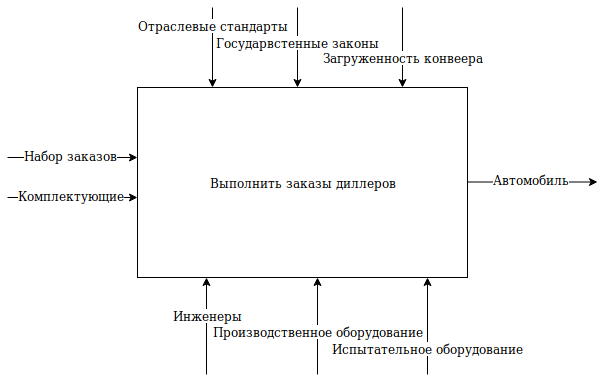
Above: diagrams/idef0_0.png in akhoroshev/se-architecture-course (draw.io), before the change. Source tidied: cells renumbered, new cells last; positions are measured from the earlier drawing's top-left corner, leaving out a move shared by most shapes.
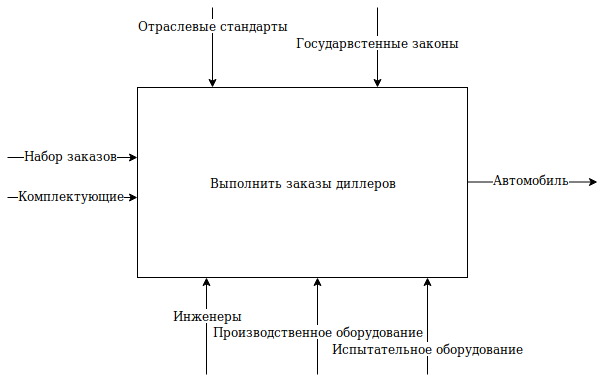
The same diagram one commit later.

What changed in the source:
```diff
@@ -40,8 +40,8 @@
     </mxCell>
     <mxCell id="9" style="endArrow=classic;html=1;" parent="1" edge="1">
       <mxGeometry relative="1" as="geometry">
-        <mxPoint x="290" as="sourcePoint" />
-        <mxPoint x="290" y="80" as="targetPoint" />
+        <mxPoint x="370" as="sourcePoint" />
+        <mxPoint x="370" y="80" as="targetPoint" />
       </mxGeometry>
     </mxCell>
     <mxCell id="10" value="Государвстенные законы" style="text;html=1;align=center;verticalAlign=middle;labelBackgroundColor=#ffffff;" parent="9" vertex="1">
@@ -93,16 +93,5 @@
         <mxPoint x="2" y="-36" as="offset" />
       </mxGeometry>
     </mxCell>
-    <mxCell id="19" style="endArrow=classic;html=1;" parent="1" edge="1">
-      <mxGeometry relative="1" as="geometry">
-        <mxPoint x="395" as="sourcePoint" />
-        <mxPoint x="395" y="80" as="targetPoint" />
-      </mxGeometry>
-    </mxCell>
-    <mxCell id="20" value="Загруженность конвеера" style="text;html=1;align=center;verticalAlign=middle;labelBackgroundColor=#ffffff;" parent="19" vertex="1">
-      <mxGeometry x="-0.4" relative="1" as="geometry">
-        <mxPoint y="25" as="offset" />
-      </mxGeometry>
-    </mxCell>
   </root>
 </mxGraphModel>
```
